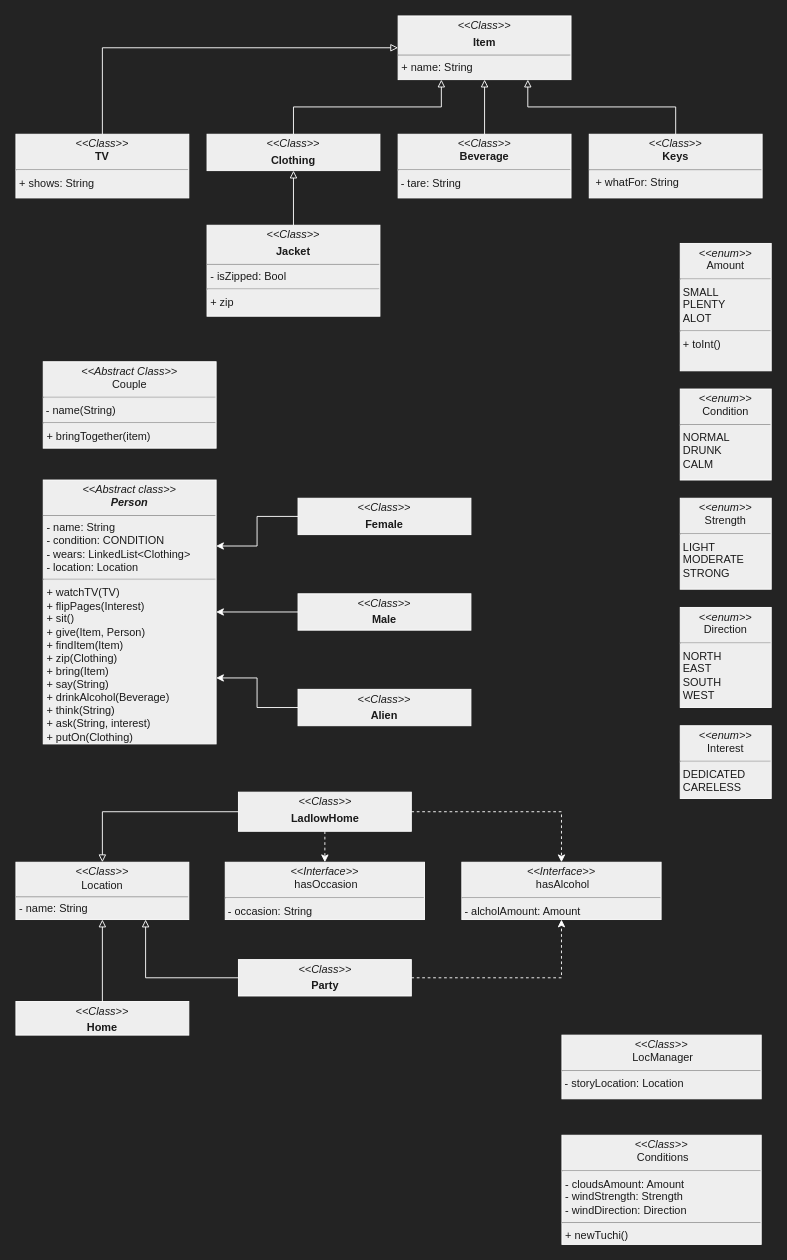
Before: UML/UML.drawio in Sat1l/laba4, a draw.io diagram. Source tidied: cells renumbered, new cells numbered last; positions are measured from the earlier drawing's top-left corner, leaving out a move shared by most shapes. Both pictures are drawn from the tidied source at 91%, with x=0, y=0 at pixel (15, 15).
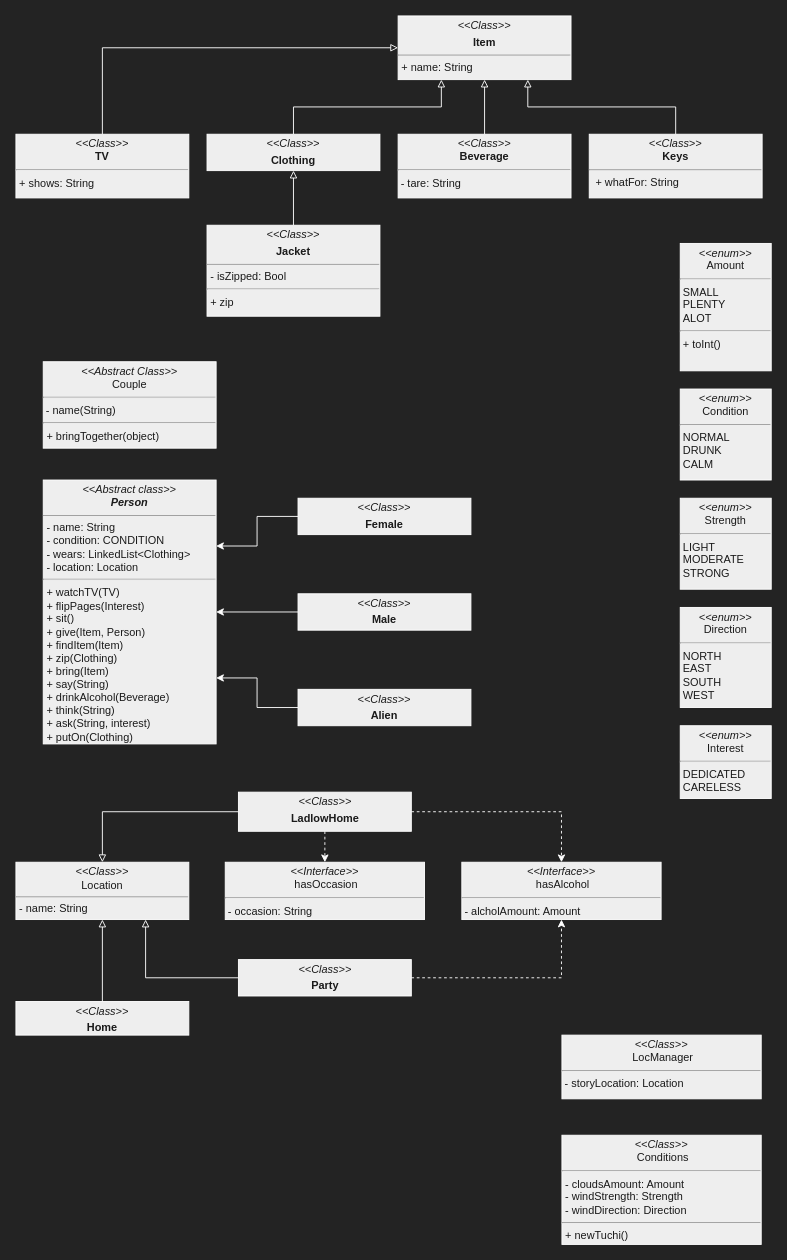
Above is the later version.

Change to the diagram source:
```diff
@@
-    <mxCell id="13" value="&lt;p style=&quot;margin:0px;margin-top:4px;text-align:center;&quot;&gt;&lt;i&gt;&amp;lt;&amp;lt;Abstract Class&amp;gt;&amp;gt;&lt;/i&gt;&lt;br&gt;Couple&lt;/p&gt;&lt;hr&gt;&amp;nbsp;- name(String)&lt;br&gt;&lt;hr&gt;&lt;p style=&quot;margin:0px;margin-left:4px;&quot;&gt;+ bringTogether(item)&lt;/p&gt;" style="verticalAlign=top;align=left;overflow=fill;fontSize=12;fontFamily=Helvetica;html=1;whiteSpace=wrap;labelBackgroundColor=none;fillColor=#EEEEEE;strokeColor=#FFFFFF;fontColor=#1A1A1A;" parent="1" vertex="1">
+    <mxCell id="13" value="&lt;p style=&quot;margin:0px;margin-top:4px;text-align:center;&quot;&gt;&lt;i&gt;&amp;lt;&amp;lt;Abstract Class&amp;gt;&amp;gt;&lt;/i&gt;&lt;br&gt;Couple&lt;/p&gt;&lt;hr&gt;&amp;nbsp;- name(String)&lt;br&gt;&lt;hr&gt;&lt;p style=&quot;margin:0px;margin-left:4px;&quot;&gt;+ bringTogether(object)&lt;/p&gt;" style="verticalAlign=top;align=left;overflow=fill;fontSize=12;fontFamily=Helvetica;html=1;whiteSpace=wrap;labelBackgroundColor=none;fillColor=#EEEEEE;strokeColor=#FFFFFF;fontColor=#1A1A1A;" parent="1" vertex="1">
       <mxGeometry x="30" y="380" width="190" height="95" as="geometry" />
     </mxCell>
```
